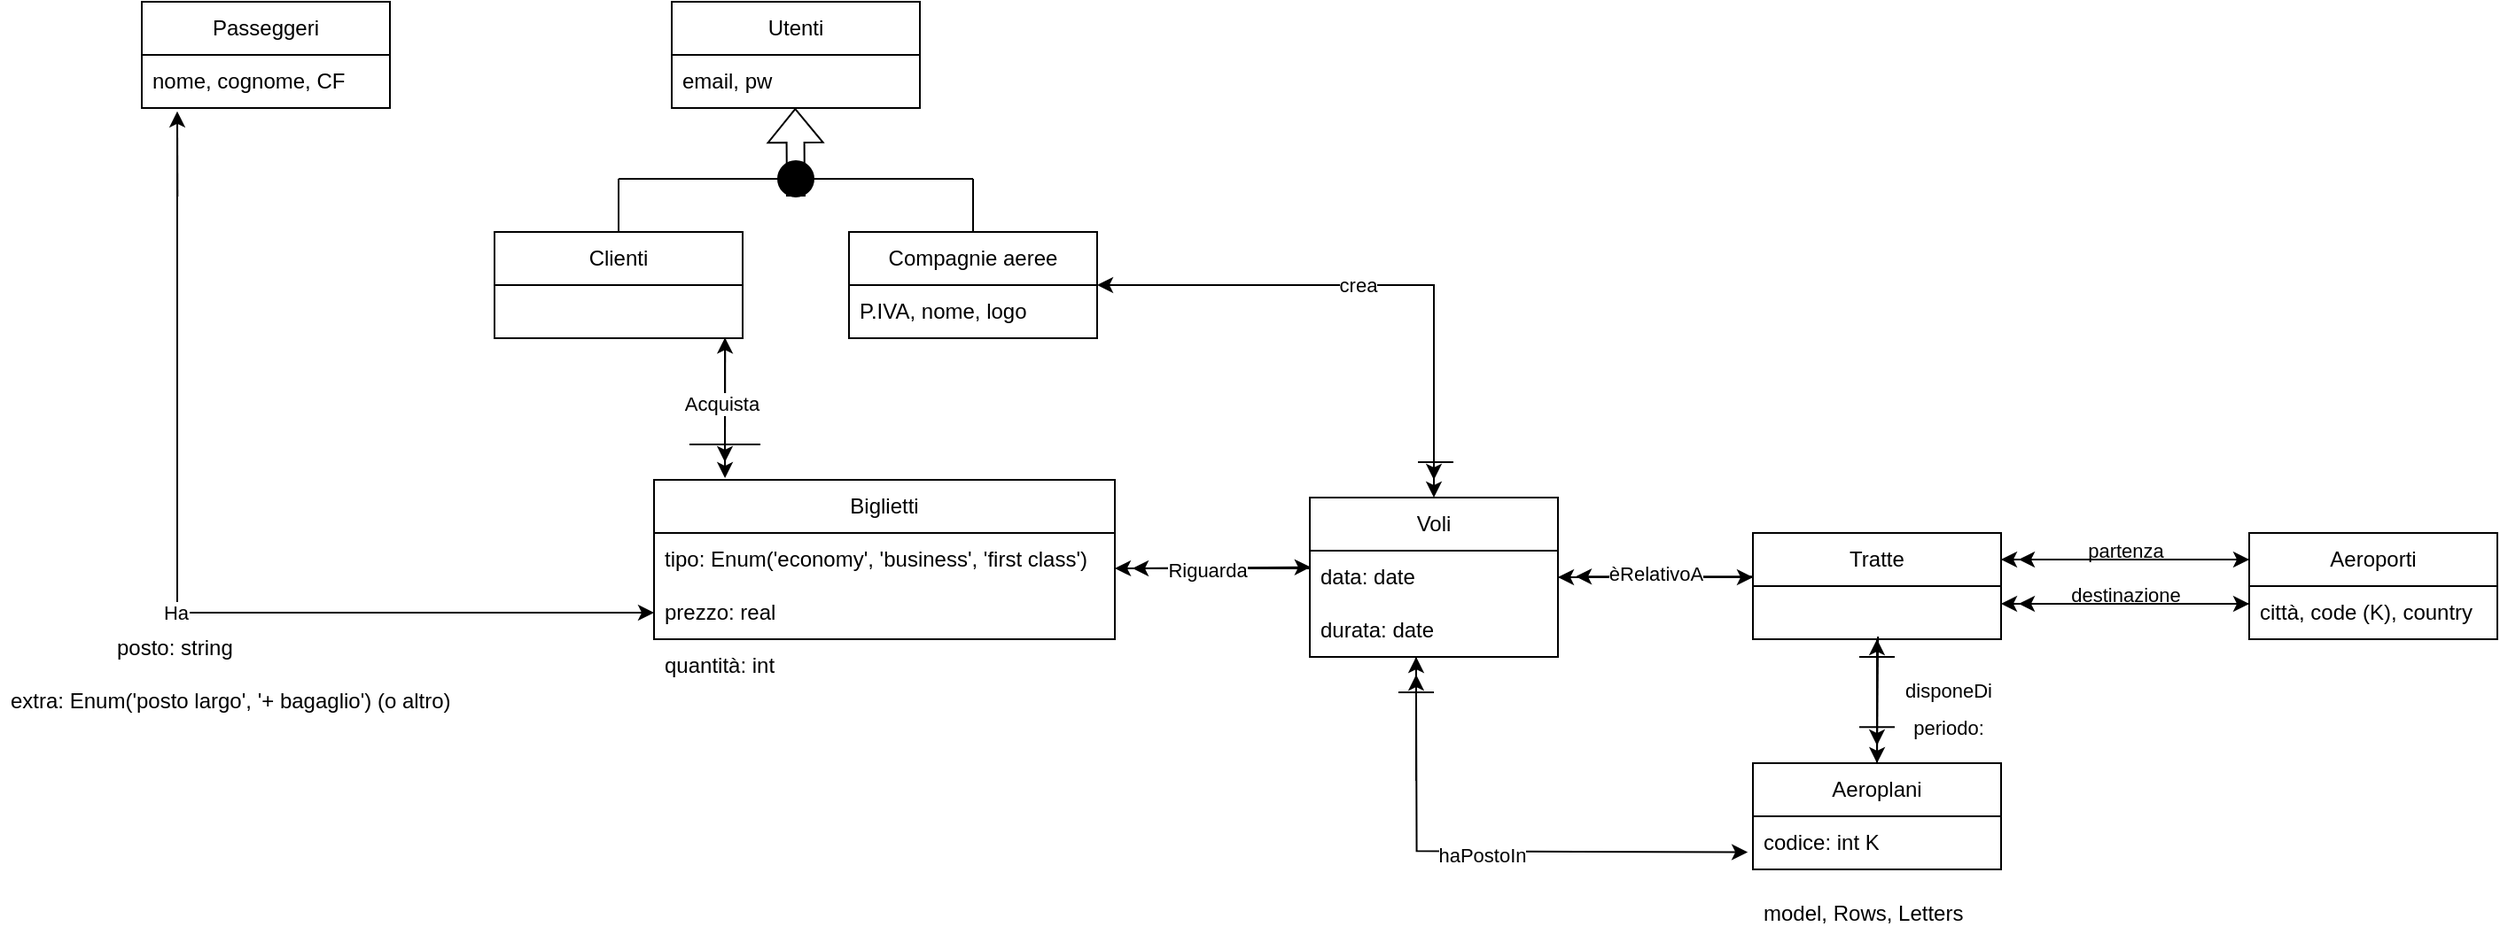
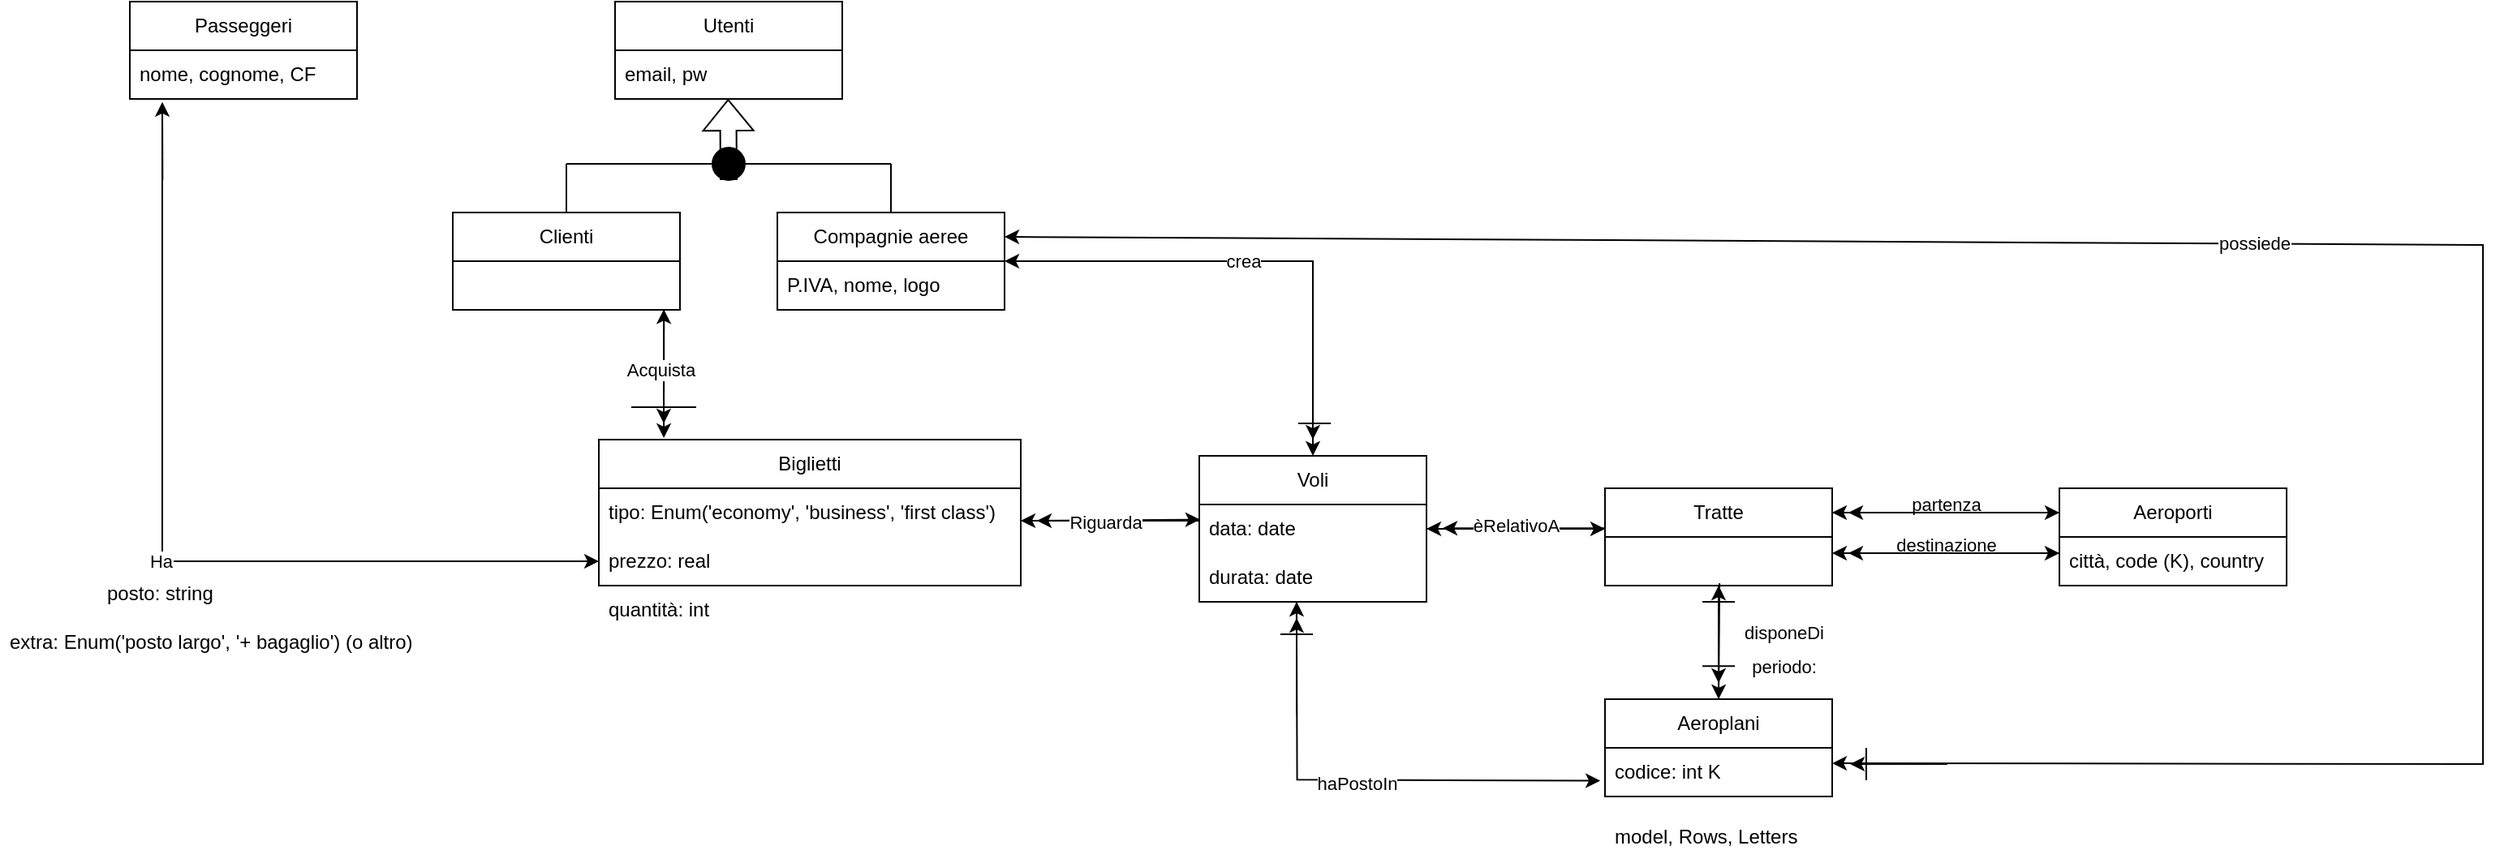
<mxfile host="65bd71144e">
    <diagram name="Pagina-1" id="Y2F9K8NCZ-bAOCw_idQH">
-         <mxGraphModel dx="3238" dy="2032" grid="1" gridSize="10" guides="1" tooltips="1" connect="1" arrows="1" fold="1" page="1" pageScale="1" pageWidth="1169" pageHeight="827" background="none" math="0" shadow="0">
+         <mxGraphModel dx="2795" dy="2296" grid="1" gridSize="10" guides="1" tooltips="1" connect="1" arrows="1" fold="1" page="1" pageScale="1" pageWidth="1169" pageHeight="827" background="none" math="0" shadow="0">
            <root>
                <mxCell id="0"/>
                <mxCell id="1" parent="0"/>
                <mxCell id="_ETjs5SsKa_0tdBlZnar-3" value="Utenti" style="swimlane;fontStyle=0;childLayout=stackLayout;horizontal=1;startSize=30;horizontalStack=0;resizeParent=1;resizeParentMax=0;resizeLast=0;collapsible=1;marginBottom=0;whiteSpace=wrap;html=1;" parent="1" vertex="1">
                    <mxGeometry x="119" y="-1600" width="140" height="60" as="geometry"/>
                </mxCell>
                <mxCell id="_ETjs5SsKa_0tdBlZnar-4" value="email, pw" style="text;strokeColor=none;fillColor=none;align=left;verticalAlign=middle;spacingLeft=4;spacingRight=4;overflow=hidden;points=[[0,0.5],[1,0.5]];portConstraint=eastwest;rotatable=0;whiteSpace=wrap;html=1;" parent="_ETjs5SsKa_0tdBlZnar-3" vertex="1">
                    <mxGeometry y="30" width="140" height="30" as="geometry"/>
                </mxCell>
                <mxCell id="_ETjs5SsKa_0tdBlZnar-15" value="Clienti" style="swimlane;fontStyle=0;childLayout=stackLayout;horizontal=1;startSize=30;horizontalStack=0;resizeParent=1;resizeParentMax=0;resizeLast=0;collapsible=1;marginBottom=0;whiteSpace=wrap;html=1;" parent="1" vertex="1">
                    <mxGeometry x="19" y="-1470" width="140" height="60" as="geometry"/>
                </mxCell>
                <mxCell id="_ETjs5SsKa_0tdBlZnar-17" value="Compagnie aeree" style="swimlane;fontStyle=0;childLayout=stackLayout;horizontal=1;startSize=30;horizontalStack=0;resizeParent=1;resizeParentMax=0;resizeLast=0;collapsible=1;marginBottom=0;whiteSpace=wrap;html=1;" parent="1" vertex="1">
                    <mxGeometry x="219" y="-1470" width="140" height="60" as="geometry"/>
                </mxCell>
                <mxCell id="_ETjs5SsKa_0tdBlZnar-18" value="P.IVA, nome, logo" style="text;strokeColor=none;fillColor=none;align=left;verticalAlign=middle;spacingLeft=4;spacingRight=4;overflow=hidden;points=[[0,0.5],[1,0.5]];portConstraint=eastwest;rotatable=0;whiteSpace=wrap;html=1;" parent="_ETjs5SsKa_0tdBlZnar-17" vertex="1">
                    <mxGeometry y="30" width="140" height="30" as="geometry"/>
                </mxCell>
                <mxCell id="_ETjs5SsKa_0tdBlZnar-19" value="Tratte" style="swimlane;fontStyle=0;childLayout=stackLayout;horizontal=1;startSize=30;horizontalStack=0;resizeParent=1;resizeParentMax=0;resizeLast=0;collapsible=1;marginBottom=0;whiteSpace=wrap;html=1;" parent="1" vertex="1">
                    <mxGeometry x="729" y="-1300" width="140" height="60" as="geometry"/>
                </mxCell>
                <mxCell id="_ETjs5SsKa_0tdBlZnar-21" value="Aeroplani" style="swimlane;fontStyle=0;childLayout=stackLayout;horizontal=1;startSize=30;horizontalStack=0;resizeParent=1;resizeParentMax=0;resizeLast=0;collapsible=1;marginBottom=0;whiteSpace=wrap;html=1;" parent="1" vertex="1">
                    <mxGeometry x="729" y="-1170" width="140" height="60" as="geometry"/>
                </mxCell>
                <mxCell id="_ETjs5SsKa_0tdBlZnar-22" value="codice: int K" style="text;strokeColor=none;fillColor=none;align=left;verticalAlign=middle;spacingLeft=4;spacingRight=4;overflow=hidden;points=[[0,0.5],[1,0.5]];portConstraint=eastwest;rotatable=0;whiteSpace=wrap;html=1;" parent="_ETjs5SsKa_0tdBlZnar-21" vertex="1">
                    <mxGeometry y="30" width="140" height="30" as="geometry"/>
                </mxCell>
                <mxCell id="_ETjs5SsKa_0tdBlZnar-23" value="Aeroporti" style="swimlane;fontStyle=0;childLayout=stackLayout;horizontal=1;startSize=30;horizontalStack=0;resizeParent=1;resizeParentMax=0;resizeLast=0;collapsible=1;marginBottom=0;whiteSpace=wrap;html=1;" parent="1" vertex="1">
                    <mxGeometry x="1009" y="-1300" width="140" height="60" as="geometry"/>
                </mxCell>
                <mxCell id="_ETjs5SsKa_0tdBlZnar-24" value="città, code (K), country" style="text;strokeColor=none;fillColor=none;align=left;verticalAlign=middle;spacingLeft=4;spacingRight=4;overflow=hidden;points=[[0,0.5],[1,0.5]];portConstraint=eastwest;rotatable=0;whiteSpace=wrap;html=1;" parent="_ETjs5SsKa_0tdBlZnar-23" vertex="1">
                    <mxGeometry y="30" width="140" height="30" as="geometry"/>
                </mxCell>
                <mxCell id="_ETjs5SsKa_0tdBlZnar-25" value="" style="endArrow=classic;html=1;rounded=0;exitX=1;exitY=0.25;exitDx=0;exitDy=0;entryX=0;entryY=0.25;entryDx=0;entryDy=0;" parent="1" source="_ETjs5SsKa_0tdBlZnar-19" target="_ETjs5SsKa_0tdBlZnar-23" edge="1">
                    <mxGeometry width="50" height="50" relative="1" as="geometry">
                        <mxPoint x="709" y="-1000" as="sourcePoint"/>
                        <mxPoint x="759" y="-1050" as="targetPoint"/>
                    </mxGeometry>
                </mxCell>
                <mxCell id="_ETjs5SsKa_0tdBlZnar-27" value="" style="endArrow=classic;html=1;rounded=0;entryX=1;entryY=0.25;entryDx=0;entryDy=0;exitX=0;exitY=0.25;exitDx=0;exitDy=0;" parent="1" source="_ETjs5SsKa_0tdBlZnar-23" target="_ETjs5SsKa_0tdBlZnar-19" edge="1">
                    <mxGeometry width="50" height="50" relative="1" as="geometry">
                        <mxPoint x="709" y="-1000" as="sourcePoint"/>
                        <mxPoint x="759" y="-1050" as="targetPoint"/>
                    </mxGeometry>
                </mxCell>
                <mxCell id="_ETjs5SsKa_0tdBlZnar-28" value="partenza" style="edgeLabel;html=1;align=center;verticalAlign=middle;resizable=0;points=[];" parent="_ETjs5SsKa_0tdBlZnar-27" vertex="1" connectable="0">
                    <mxGeometry x="0.0872" y="2" relative="1" as="geometry">
                        <mxPoint x="6" y="-7" as="offset"/>
                    </mxGeometry>
                </mxCell>
                <mxCell id="_ETjs5SsKa_0tdBlZnar-29" value="" style="endArrow=classic;html=1;rounded=0;exitX=0;exitY=0.25;exitDx=0;exitDy=0;" parent="1" source="_ETjs5SsKa_0tdBlZnar-23" edge="1">
                    <mxGeometry width="50" height="50" relative="1" as="geometry">
                        <mxPoint x="709" y="-1000" as="sourcePoint"/>
                        <mxPoint x="879" y="-1285" as="targetPoint"/>
                    </mxGeometry>
                </mxCell>
                <mxCell id="_ETjs5SsKa_0tdBlZnar-30" value="" style="endArrow=classic;html=1;rounded=0;entryX=1;entryY=0.25;entryDx=0;entryDy=0;exitX=0;exitY=0.25;exitDx=0;exitDy=0;" parent="1" edge="1">
                    <mxGeometry width="50" height="50" relative="1" as="geometry">
                        <mxPoint x="1009" y="-1260" as="sourcePoint"/>
                        <mxPoint x="869" y="-1260" as="targetPoint"/>
                    </mxGeometry>
                </mxCell>
                <mxCell id="_ETjs5SsKa_0tdBlZnar-31" value="destinazione" style="edgeLabel;html=1;align=center;verticalAlign=middle;resizable=0;points=[];" parent="_ETjs5SsKa_0tdBlZnar-30" vertex="1" connectable="0">
                    <mxGeometry x="0.0872" y="2" relative="1" as="geometry">
                        <mxPoint x="6" y="-7" as="offset"/>
                    </mxGeometry>
                </mxCell>
                <mxCell id="_ETjs5SsKa_0tdBlZnar-32" value="" style="endArrow=classic;html=1;rounded=0;exitX=0;exitY=0.25;exitDx=0;exitDy=0;" parent="1" edge="1">
                    <mxGeometry width="50" height="50" relative="1" as="geometry">
                        <mxPoint x="1009" y="-1260" as="sourcePoint"/>
                        <mxPoint x="879" y="-1260" as="targetPoint"/>
                    </mxGeometry>
                </mxCell>
                <mxCell id="_ETjs5SsKa_0tdBlZnar-33" value="" style="endArrow=classic;html=1;rounded=0;exitX=1.007;exitY=0.333;exitDx=0;exitDy=0;exitPerimeter=0;" parent="1" edge="1">
                    <mxGeometry width="50" height="50" relative="1" as="geometry">
                        <mxPoint x="869.9799999999998" y="-1260.0100000000002" as="sourcePoint"/>
                        <mxPoint x="1009" y="-1260" as="targetPoint"/>
                    </mxGeometry>
                </mxCell>
                <mxCell id="_ETjs5SsKa_0tdBlZnar-34" value="" style="endArrow=classic;html=1;rounded=0;exitX=0.504;exitY=0.951;exitDx=0;exitDy=0;exitPerimeter=0;entryX=0.5;entryY=0;entryDx=0;entryDy=0;" parent="1" target="_ETjs5SsKa_0tdBlZnar-21" edge="1">
                    <mxGeometry width="50" height="50" relative="1" as="geometry">
                        <mxPoint x="799.56" y="-1241.47" as="sourcePoint"/>
                        <mxPoint x="719" y="-1050" as="targetPoint"/>
                    </mxGeometry>
                </mxCell>
                <mxCell id="_ETjs5SsKa_0tdBlZnar-36" value="" style="endArrow=classic;html=1;rounded=0;" parent="1" edge="1">
                    <mxGeometry width="50" height="50" relative="1" as="geometry">
                        <mxPoint x="799" y="-1240" as="sourcePoint"/>
                        <mxPoint x="799" y="-1180" as="targetPoint"/>
                    </mxGeometry>
                </mxCell>
                <mxCell id="_ETjs5SsKa_0tdBlZnar-38" value="disponeDi" style="edgeLabel;html=1;align=center;verticalAlign=middle;resizable=0;points=[];" parent="_ETjs5SsKa_0tdBlZnar-36" vertex="1" connectable="0">
                    <mxGeometry x="-0.0573" y="1" relative="1" as="geometry">
                        <mxPoint x="39" as="offset"/>
                    </mxGeometry>
                </mxCell>
                <mxCell id="_ETjs5SsKa_0tdBlZnar-40" value="periodo:" style="edgeLabel;html=1;align=center;verticalAlign=middle;resizable=0;points=[];" parent="1" vertex="1" connectable="0">
                    <mxGeometry x="839" y="-1190.0048717948719" as="geometry"/>
                </mxCell>
                <mxCell id="_ETjs5SsKa_0tdBlZnar-41" value="" style="endArrow=classic;html=1;rounded=0;" parent="1" edge="1">
                    <mxGeometry width="50" height="50" relative="1" as="geometry">
                        <mxPoint x="799" y="-1170" as="sourcePoint"/>
                        <mxPoint x="799" y="-1240" as="targetPoint"/>
                    </mxGeometry>
                </mxCell>
                <mxCell id="_ETjs5SsKa_0tdBlZnar-42" value="Voli" style="swimlane;fontStyle=0;childLayout=stackLayout;horizontal=1;startSize=30;horizontalStack=0;resizeParent=1;resizeParentMax=0;resizeLast=0;collapsible=1;marginBottom=0;whiteSpace=wrap;html=1;" parent="1" vertex="1">
                    <mxGeometry x="479" y="-1320" width="140" height="90" as="geometry"/>
                </mxCell>
                <mxCell id="_ETjs5SsKa_0tdBlZnar-43" value="data: date" style="text;strokeColor=none;fillColor=none;align=left;verticalAlign=middle;spacingLeft=4;spacingRight=4;overflow=hidden;points=[[0,0.5],[1,0.5]];portConstraint=eastwest;rotatable=0;whiteSpace=wrap;html=1;" parent="_ETjs5SsKa_0tdBlZnar-42" vertex="1">
                    <mxGeometry y="30" width="140" height="30" as="geometry"/>
                </mxCell>
                <mxCell id="_ETjs5SsKa_0tdBlZnar-66" value="durata: date" style="text;strokeColor=none;fillColor=none;align=left;verticalAlign=middle;spacingLeft=4;spacingRight=4;overflow=hidden;points=[[0,0.5],[1,0.5]];portConstraint=eastwest;rotatable=0;whiteSpace=wrap;html=1;" parent="_ETjs5SsKa_0tdBlZnar-42" vertex="1">
                    <mxGeometry y="60" width="140" height="30" as="geometry"/>
                </mxCell>
                <mxCell id="_ETjs5SsKa_0tdBlZnar-46" value="Biglietti" style="swimlane;fontStyle=0;childLayout=stackLayout;horizontal=1;startSize=30;horizontalStack=0;resizeParent=1;resizeParentMax=0;resizeLast=0;collapsible=1;marginBottom=0;whiteSpace=wrap;html=1;" parent="1" vertex="1">
                    <mxGeometry x="109" y="-1330" width="260" height="90" as="geometry"/>
                </mxCell>
                <mxCell id="Bv-jkNyQtQAfHgGsfsne-6" value="tipo: Enum(&#39;economy&#39;, &#39;business&#39;, &#39;first class&#39;)" style="text;strokeColor=none;fillColor=none;align=left;verticalAlign=middle;spacingLeft=4;spacingRight=4;overflow=hidden;points=[[0,0.5],[1,0.5]];portConstraint=eastwest;rotatable=0;whiteSpace=wrap;html=1;" parent="_ETjs5SsKa_0tdBlZnar-46" vertex="1">
                    <mxGeometry y="30" width="260" height="30" as="geometry"/>
                </mxCell>
                <mxCell id="EdjyHUfcLkRTV670vATM-4" value="prezzo: real" style="text;strokeColor=none;fillColor=none;align=left;verticalAlign=middle;spacingLeft=4;spacingRight=4;overflow=hidden;points=[[0,0.5],[1,0.5]];portConstraint=eastwest;rotatable=0;whiteSpace=wrap;html=1;" parent="_ETjs5SsKa_0tdBlZnar-46" vertex="1">
                    <mxGeometry y="60" width="260" height="30" as="geometry"/>
                </mxCell>
                <mxCell id="_ETjs5SsKa_0tdBlZnar-62" value="" style="endArrow=classic;html=1;rounded=0;exitX=1;exitY=0.5;exitDx=0;exitDy=0;" parent="1" source="_ETjs5SsKa_0tdBlZnar-43" edge="1">
                    <mxGeometry width="50" height="50" relative="1" as="geometry">
                        <mxPoint x="549" y="-1210" as="sourcePoint"/>
                        <mxPoint x="729" y="-1275" as="targetPoint"/>
                    </mxGeometry>
                </mxCell>
                <mxCell id="_ETjs5SsKa_0tdBlZnar-63" value="" style="endArrow=classic;html=1;rounded=0;entryX=1;entryY=0.5;entryDx=0;entryDy=0;" parent="1" target="_ETjs5SsKa_0tdBlZnar-43" edge="1">
                    <mxGeometry width="50" height="50" relative="1" as="geometry">
                        <mxPoint x="729" y="-1275" as="sourcePoint"/>
                        <mxPoint x="549" y="-1230" as="targetPoint"/>
                    </mxGeometry>
                </mxCell>
                <mxCell id="_ETjs5SsKa_0tdBlZnar-64" value="" style="endArrow=classic;html=1;rounded=0;" parent="1" edge="1">
                    <mxGeometry width="50" height="50" relative="1" as="geometry">
                        <mxPoint x="729" y="-1275.4" as="sourcePoint"/>
                        <mxPoint x="629" y="-1275.4" as="targetPoint"/>
                    </mxGeometry>
                </mxCell>
                <mxCell id="_ETjs5SsKa_0tdBlZnar-65" value="èRelativoA" style="edgeLabel;html=1;align=center;verticalAlign=middle;resizable=0;points=[];" parent="_ETjs5SsKa_0tdBlZnar-64" vertex="1" connectable="0">
                    <mxGeometry x="0.0974" y="-2" relative="1" as="geometry">
                        <mxPoint as="offset"/>
                    </mxGeometry>
                </mxCell>
                <mxCell id="_ETjs5SsKa_0tdBlZnar-67" value="" style="shape=flexArrow;endArrow=classic;html=1;rounded=0;exitX=0.5;exitY=1;exitDx=0;exitDy=0;" parent="1" source="_ETjs5SsKa_0tdBlZnar-71" edge="1">
                    <mxGeometry width="50" height="50" relative="1" as="geometry">
                        <mxPoint x="189" y="-1500" as="sourcePoint"/>
                        <mxPoint x="188.67000000000002" y="-1540" as="targetPoint"/>
                    </mxGeometry>
                </mxCell>
                <mxCell id="_ETjs5SsKa_0tdBlZnar-68" value="" style="endArrow=none;html=1;rounded=0;" parent="1" source="_ETjs5SsKa_0tdBlZnar-71" edge="1">
                    <mxGeometry width="50" height="50" relative="1" as="geometry">
                        <mxPoint x="89" y="-1500" as="sourcePoint"/>
                        <mxPoint x="289" y="-1500" as="targetPoint"/>
                    </mxGeometry>
                </mxCell>
                <mxCell id="_ETjs5SsKa_0tdBlZnar-69" value="" style="endArrow=none;html=1;rounded=0;entryX=0.5;entryY=0;entryDx=0;entryDy=0;" parent="1" target="_ETjs5SsKa_0tdBlZnar-15" edge="1">
                    <mxGeometry width="50" height="50" relative="1" as="geometry">
                        <mxPoint x="89" y="-1500" as="sourcePoint"/>
                        <mxPoint x="299" y="-1490" as="targetPoint"/>
                    </mxGeometry>
                </mxCell>
                <mxCell id="_ETjs5SsKa_0tdBlZnar-70" value="" style="endArrow=none;html=1;rounded=0;entryX=0.5;entryY=0;entryDx=0;entryDy=0;" parent="1" target="_ETjs5SsKa_0tdBlZnar-17" edge="1">
                    <mxGeometry width="50" height="50" relative="1" as="geometry">
                        <mxPoint x="289" y="-1500" as="sourcePoint"/>
                        <mxPoint x="309" y="-1480" as="targetPoint"/>
                    </mxGeometry>
                </mxCell>
                <mxCell id="_ETjs5SsKa_0tdBlZnar-73" value="" style="shape=flexArrow;endArrow=classic;html=1;rounded=0;" parent="1" target="_ETjs5SsKa_0tdBlZnar-71" edge="1">
                    <mxGeometry width="50" height="50" relative="1" as="geometry">
                        <mxPoint x="189" y="-1500" as="sourcePoint"/>
                        <mxPoint x="188.67000000000002" y="-1540" as="targetPoint"/>
                    </mxGeometry>
                </mxCell>
                <mxCell id="_ETjs5SsKa_0tdBlZnar-74" value="" style="endArrow=none;html=1;rounded=0;" parent="1" target="_ETjs5SsKa_0tdBlZnar-71" edge="1">
                    <mxGeometry width="50" height="50" relative="1" as="geometry">
                        <mxPoint x="89" y="-1500" as="sourcePoint"/>
                        <mxPoint x="289" y="-1500" as="targetPoint"/>
                    </mxGeometry>
                </mxCell>
                <mxCell id="_ETjs5SsKa_0tdBlZnar-71" value="" style="ellipse;whiteSpace=wrap;html=1;aspect=fixed;strokeColor=#000000;fillColor=#000000;" parent="1" vertex="1">
                    <mxGeometry x="179" y="-1510" width="20" height="20" as="geometry"/>
                </mxCell>
                <mxCell id="_ETjs5SsKa_0tdBlZnar-85" value="" style="endArrow=classic;html=1;rounded=0;exitX=0.426;exitY=1.011;exitDx=0;exitDy=0;exitPerimeter=0;entryX=-0.021;entryY=0.675;entryDx=0;entryDy=0;entryPerimeter=0;" parent="1" target="_ETjs5SsKa_0tdBlZnar-22" edge="1">
                    <mxGeometry width="50" height="50" relative="1" as="geometry">
                        <mxPoint x="538.92" y="-1230" as="sourcePoint"/>
                        <mxPoint x="729" y="-1118.67" as="targetPoint"/>
                        <Array as="points">
                            <mxPoint x="539.28" y="-1120.33"/>
                        </Array>
                    </mxGeometry>
                </mxCell>
                <mxCell id="_ETjs5SsKa_0tdBlZnar-86" value="haPostoIn" style="edgeLabel;html=1;align=center;verticalAlign=middle;resizable=0;points=[];" parent="_ETjs5SsKa_0tdBlZnar-85" vertex="1" connectable="0">
                    <mxGeometry x="-0.0113" y="-2" relative="1" as="geometry">
                        <mxPoint as="offset"/>
                    </mxGeometry>
                </mxCell>
                <mxCell id="_ETjs5SsKa_0tdBlZnar-88" value="" style="endArrow=classic;html=1;rounded=0;" parent="1" edge="1">
                    <mxGeometry width="50" height="50" relative="1" as="geometry">
                        <mxPoint x="539" y="-1170" as="sourcePoint"/>
                        <mxPoint x="539" y="-1230" as="targetPoint"/>
                    </mxGeometry>
                </mxCell>
                <mxCell id="_ETjs5SsKa_0tdBlZnar-89" value="" style="endArrow=classic;html=1;rounded=0;" parent="1" edge="1">
                    <mxGeometry width="50" height="50" relative="1" as="geometry">
                        <mxPoint x="539" y="-1160" as="sourcePoint"/>
                        <mxPoint x="539" y="-1220" as="targetPoint"/>
                    </mxGeometry>
                </mxCell>
                <mxCell id="hUyTWg2xCONPmjfaOem0-3" value="" style="endArrow=classic;startArrow=classic;html=1;rounded=0;exitX=0.154;exitY=-0.011;exitDx=0;exitDy=0;exitPerimeter=0;entryX=0.929;entryY=0.989;entryDx=0;entryDy=0;entryPerimeter=0;" parent="1" source="_ETjs5SsKa_0tdBlZnar-46" edge="1">
                    <mxGeometry width="50" height="50" relative="1" as="geometry">
                        <mxPoint x="289" y="-1260" as="sourcePoint"/>
                        <mxPoint x="149.05999999999995" y="-1410.33" as="targetPoint"/>
                    </mxGeometry>
                </mxCell>
                <mxCell id="hUyTWg2xCONPmjfaOem0-9" value="" style="endArrow=classic;html=1;rounded=0;exitX=0.929;exitY=1;exitDx=0;exitDy=0;exitPerimeter=0;" parent="1" edge="1">
                    <mxGeometry width="50" height="50" relative="1" as="geometry">
                        <mxPoint x="149.05999999999995" y="-1410" as="sourcePoint"/>
                        <mxPoint x="149" y="-1340" as="targetPoint"/>
                    </mxGeometry>
                </mxCell>
                <mxCell id="Bv-jkNyQtQAfHgGsfsne-1" value="Acquista" style="edgeLabel;html=1;align=center;verticalAlign=middle;resizable=0;points=[];" parent="hUyTWg2xCONPmjfaOem0-9" vertex="1" connectable="0">
                    <mxGeometry x="0.0517" y="-2" relative="1" as="geometry">
                        <mxPoint as="offset"/>
                    </mxGeometry>
                </mxCell>
                <mxCell id="Bv-jkNyQtQAfHgGsfsne-2" value="" style="endArrow=classic;startArrow=classic;html=1;rounded=0;entryX=0.003;entryY=0.31;entryDx=0;entryDy=0;entryPerimeter=0;" parent="1" target="_ETjs5SsKa_0tdBlZnar-43" edge="1">
                    <mxGeometry width="50" height="50" relative="1" as="geometry">
                        <mxPoint x="369" y="-1280" as="sourcePoint"/>
                        <mxPoint x="419" y="-1330" as="targetPoint"/>
                    </mxGeometry>
                </mxCell>
                <mxCell id="Bv-jkNyQtQAfHgGsfsne-3" value="" style="endArrow=classic;html=1;rounded=0;" parent="1" edge="1">
                    <mxGeometry width="50" height="50" relative="1" as="geometry">
                        <mxPoint x="479" y="-1280" as="sourcePoint"/>
                        <mxPoint x="379" y="-1280" as="targetPoint"/>
                    </mxGeometry>
                </mxCell>
                <mxCell id="Bv-jkNyQtQAfHgGsfsne-4" value="Riguarda" style="edgeLabel;html=1;align=center;verticalAlign=middle;resizable=0;points=[];" parent="Bv-jkNyQtQAfHgGsfsne-3" vertex="1" connectable="0">
                    <mxGeometry x="0.16" y="1" relative="1" as="geometry">
                        <mxPoint as="offset"/>
                    </mxGeometry>
                </mxCell>
                <mxCell id="EdjyHUfcLkRTV670vATM-6" value="" style="endArrow=none;html=1;rounded=0;" parent="1" edge="1">
                    <mxGeometry width="50" height="50" relative="1" as="geometry">
                        <mxPoint x="129" y="-1350" as="sourcePoint"/>
                        <mxPoint x="169" y="-1350" as="targetPoint"/>
                    </mxGeometry>
                </mxCell>
                <mxCell id="EdjyHUfcLkRTV670vATM-8" value="" style="endArrow=none;html=1;rounded=0;" parent="1" edge="1">
                    <mxGeometry width="50" height="50" relative="1" as="geometry">
                        <mxPoint x="529" y="-1210" as="sourcePoint"/>
                        <mxPoint x="549" y="-1210" as="targetPoint"/>
                    </mxGeometry>
                </mxCell>
                <mxCell id="EdjyHUfcLkRTV670vATM-9" value="" style="endArrow=none;html=1;rounded=0;" parent="1" edge="1">
                    <mxGeometry width="50" height="50" relative="1" as="geometry">
                        <mxPoint x="809" y="-1230" as="sourcePoint"/>
                        <mxPoint x="789" y="-1230" as="targetPoint"/>
                    </mxGeometry>
                </mxCell>
                <mxCell id="EdjyHUfcLkRTV670vATM-10" value="" style="endArrow=none;html=1;rounded=0;" parent="1" edge="1">
                    <mxGeometry width="50" height="50" relative="1" as="geometry">
                        <mxPoint x="809" y="-1190.3400000000001" as="sourcePoint"/>
                        <mxPoint x="789" y="-1190.3400000000001" as="targetPoint"/>
                    </mxGeometry>
                </mxCell>
                <mxCell id="EdjyHUfcLkRTV670vATM-13" value="" style="endArrow=classic;startArrow=classic;html=1;rounded=0;exitX=1;exitY=0.5;exitDx=0;exitDy=0;entryX=0.5;entryY=0;entryDx=0;entryDy=0;" parent="1" source="_ETjs5SsKa_0tdBlZnar-17" target="_ETjs5SsKa_0tdBlZnar-42" edge="1">
                    <mxGeometry width="50" height="50" relative="1" as="geometry">
                        <mxPoint x="620" y="-1330" as="sourcePoint"/>
                        <mxPoint x="670" y="-1380" as="targetPoint"/>
                        <Array as="points">
                            <mxPoint x="549" y="-1440"/>
                        </Array>
                    </mxGeometry>
                </mxCell>
                <mxCell id="EdjyHUfcLkRTV670vATM-15" value="crea" style="edgeLabel;html=1;align=center;verticalAlign=middle;resizable=0;points=[];" parent="EdjyHUfcLkRTV670vATM-13" connectable="0" vertex="1">
                    <mxGeometry x="-0.0562" relative="1" as="geometry">
                        <mxPoint as="offset"/>
                    </mxGeometry>
                </mxCell>
                <mxCell id="EdjyHUfcLkRTV670vATM-14" value="" style="endArrow=classic;html=1;rounded=0;" parent="1" edge="1">
                    <mxGeometry width="50" height="50" relative="1" as="geometry">
                        <mxPoint x="549" y="-1410" as="sourcePoint"/>
                        <mxPoint x="549" y="-1330" as="targetPoint"/>
                    </mxGeometry>
                </mxCell>
                <mxCell id="EdjyHUfcLkRTV670vATM-16" value="" style="endArrow=none;html=1;rounded=0;" parent="1" edge="1">
                    <mxGeometry width="50" height="50" relative="1" as="geometry">
                        <mxPoint x="540" y="-1340" as="sourcePoint"/>
                        <mxPoint x="560" y="-1340" as="targetPoint"/>
                    </mxGeometry>
                </mxCell>
                <mxCell id="11" value="Passeggeri" style="swimlane;fontStyle=0;childLayout=stackLayout;horizontal=1;startSize=30;horizontalStack=0;resizeParent=1;resizeParentMax=0;resizeLast=0;collapsible=1;marginBottom=0;whiteSpace=wrap;html=1;" parent="1" vertex="1">
                    <mxGeometry x="-180" y="-1600" width="140" height="60" as="geometry"/>
                </mxCell>
                <mxCell id="12" value="&lt;span style=&quot;color: rgb(0, 0, 0);&quot;&gt;nome, cognome, CF&lt;/span&gt;" style="text;strokeColor=none;fillColor=none;align=left;verticalAlign=middle;spacingLeft=4;spacingRight=4;overflow=hidden;points=[[0,0.5],[1,0.5]];portConstraint=eastwest;rotatable=0;whiteSpace=wrap;html=1;" parent="11" vertex="1">
                    <mxGeometry y="30" width="140" height="30" as="geometry"/>
                </mxCell>
                <mxCell id="16" value="" style="endArrow=classic;html=1;rounded=0;entryX=0;entryY=0.5;entryDx=0;entryDy=0;" parent="1" target="EdjyHUfcLkRTV670vATM-4" edge="1">
                    <mxGeometry width="50" height="50" relative="1" as="geometry">
                        <mxPoint x="-160" y="-1530" as="sourcePoint"/>
                        <mxPoint x="50" y="-1255" as="targetPoint"/>
                        <Array as="points">
                            <mxPoint x="-160" y="-1255"/>
                        </Array>
                    </mxGeometry>
                </mxCell>
                <mxCell id="17" value="Ha" style="edgeLabel;html=1;align=center;verticalAlign=middle;resizable=0;points=[];" parent="16" vertex="1" connectable="0">
                    <mxGeometry x="0.0517" y="-2" relative="1" as="geometry">
                        <mxPoint x="-12" y="-2" as="offset"/>
                    </mxGeometry>
                </mxCell>
                <mxCell id="19" value="" style="endArrow=classic;html=1;rounded=0;entryX=0.106;entryY=1.063;entryDx=0;entryDy=0;entryPerimeter=0;" parent="1" edge="1">
                    <mxGeometry width="50" height="50" relative="1" as="geometry">
                        <mxPoint x="-159.84" y="-1490" as="sourcePoint"/>
                        <mxPoint x="-159.99999999999986" y="-1538.11" as="targetPoint"/>
                        <Array as="points"/>
                    </mxGeometry>
                </mxCell>
                <mxCell id="EdjyHUfcLkRTV670vATM-5" value="posto: string" style="text;strokeColor=none;fillColor=none;align=left;verticalAlign=middle;spacingLeft=4;spacingRight=4;overflow=hidden;points=[[0,0.5],[1,0.5]];portConstraint=eastwest;rotatable=0;whiteSpace=wrap;html=1;" parent="1" vertex="1">
                    <mxGeometry x="-200" y="-1250" width="80" height="30" as="geometry"/>
                </mxCell>
                <mxCell id="_ETjs5SsKa_0tdBlZnar-47" value="extra: Enum(&#39;posto largo&#39;, &#39;+ bagaglio&#39;) (o altro)" style="text;strokeColor=none;fillColor=none;align=left;verticalAlign=middle;spacingLeft=4;spacingRight=4;overflow=hidden;points=[[0,0.5],[1,0.5]];portConstraint=eastwest;rotatable=0;whiteSpace=wrap;html=1;" parent="1" vertex="1">
                    <mxGeometry x="-260" y="-1220" width="260" height="30" as="geometry"/>
                </mxCell>
-                 <mxCell id="21" value="quantità: int" style="text;strokeColor=none;fillColor=none;align=left;verticalAlign=middle;spacingLeft=4;spacingRight=4;overflow=hidden;points=[[0,0.5],[1,0.5]];portConstraint=eastwest;rotatable=0;whiteSpace=wrap;html=1;" vertex="1" parent="1">
+                 <mxCell id="21" value="quantità: int" style="text;strokeColor=none;fillColor=none;align=left;verticalAlign=middle;spacingLeft=4;spacingRight=4;overflow=hidden;points=[[0,0.5],[1,0.5]];portConstraint=eastwest;rotatable=0;whiteSpace=wrap;html=1;" parent="1" vertex="1">
                    <mxGeometry x="109" y="-1240" width="260" height="30" as="geometry"/>
                </mxCell>
-                 <mxCell id="22" value="model, Rows, Letters" style="text;strokeColor=none;fillColor=none;align=left;verticalAlign=middle;spacingLeft=4;spacingRight=4;overflow=hidden;points=[[0,0.5],[1,0.5]];portConstraint=eastwest;rotatable=0;whiteSpace=wrap;html=1;" vertex="1" parent="1">
+                 <mxCell id="22" value="model, Rows, Letters" style="text;strokeColor=none;fillColor=none;align=left;verticalAlign=middle;spacingLeft=4;spacingRight=4;overflow=hidden;points=[[0,0.5],[1,0.5]];portConstraint=eastwest;rotatable=0;whiteSpace=wrap;html=1;" parent="1" vertex="1">
                    <mxGeometry x="729" y="-1100" width="140" height="30" as="geometry"/>
+                 </mxCell>
+                 <mxCell id="23" value="" style="endArrow=classic;startArrow=classic;html=1;rounded=0;exitX=1;exitY=0.25;exitDx=0;exitDy=0;entryX=1;entryY=0.317;entryDx=0;entryDy=0;entryPerimeter=0;" edge="1" parent="1" source="_ETjs5SsKa_0tdBlZnar-17" target="_ETjs5SsKa_0tdBlZnar-22">
+                     <mxGeometry width="50" height="50" relative="1" as="geometry">
+                         <mxPoint x="584" y="-1540" as="sourcePoint"/>
+                         <mxPoint x="774" y="-1420" as="targetPoint"/>
+                         <Array as="points">
+                             <mxPoint x="1270" y="-1450"/>
+                             <mxPoint x="1270" y="-1130"/>
+                         </Array>
+                     </mxGeometry>
+                 </mxCell>
+                 <mxCell id="24" value="possiede" style="edgeLabel;html=1;align=center;verticalAlign=middle;resizable=0;points=[];" connectable="0" vertex="1" parent="23">
+                     <mxGeometry x="-0.0562" relative="1" as="geometry">
+                         <mxPoint as="offset"/>
+                     </mxGeometry>
+                 </mxCell>
+                 <mxCell id="26" value="" style="endArrow=classic;html=1;rounded=0;" edge="1" parent="1">
+                     <mxGeometry width="50" height="50" relative="1" as="geometry">
+                         <mxPoint x="940" y="-1130" as="sourcePoint"/>
+                         <mxPoint x="880" y="-1130" as="targetPoint"/>
+                     </mxGeometry>
+                 </mxCell>
+                 <mxCell id="27" value="" style="endArrow=none;html=1;rounded=0;" edge="1" parent="1">
+                     <mxGeometry width="50" height="50" relative="1" as="geometry">
+                         <mxPoint x="890" y="-1140" as="sourcePoint"/>
+                         <mxPoint x="890" y="-1120" as="targetPoint"/>
+                     </mxGeometry>
                </mxCell>
            </root>
        </mxGraphModel>
    </diagram>
</mxfile>